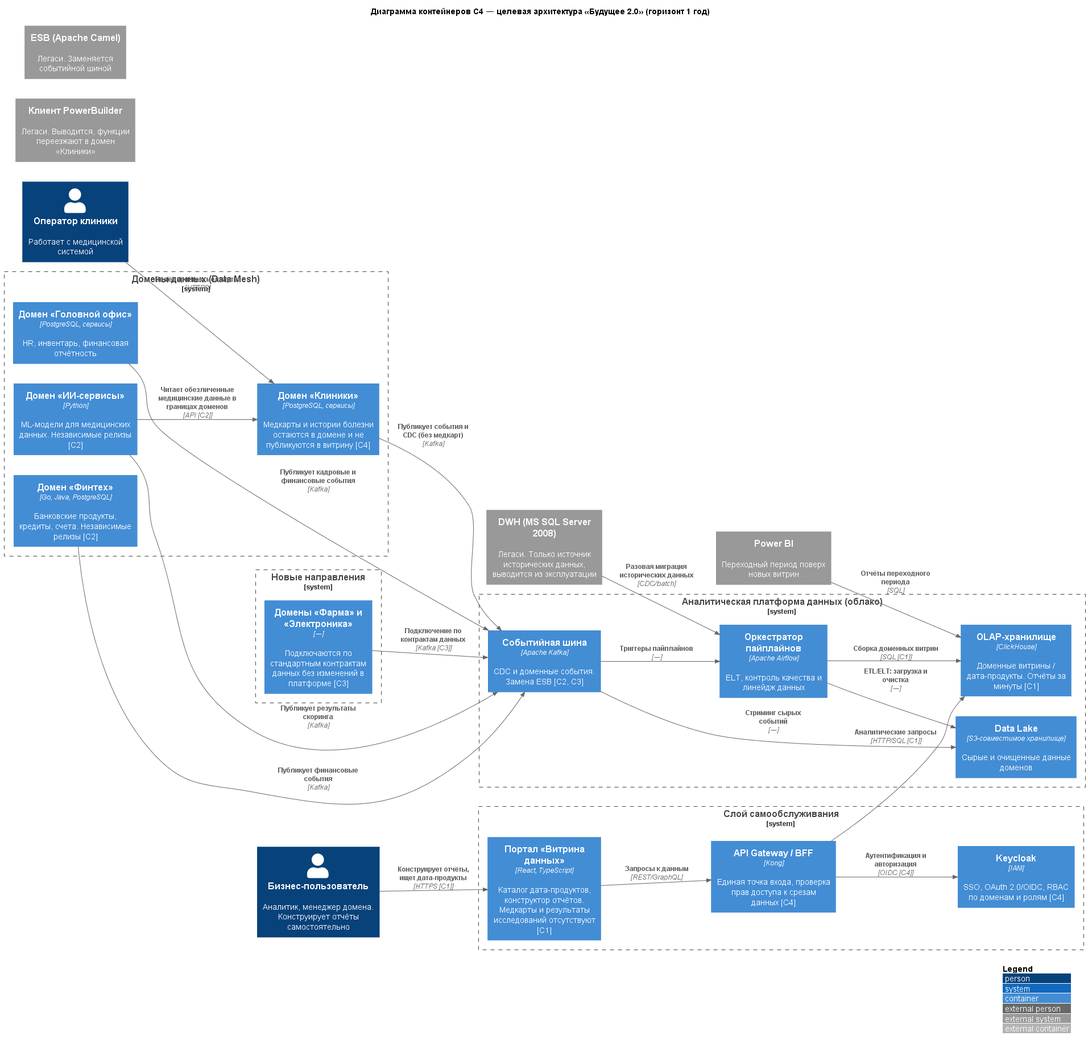
This is Task1/diagrams/c4-containers.png from Ruslan3001/architecture-future_2_0, a PlantUML export, as it was before one commit.
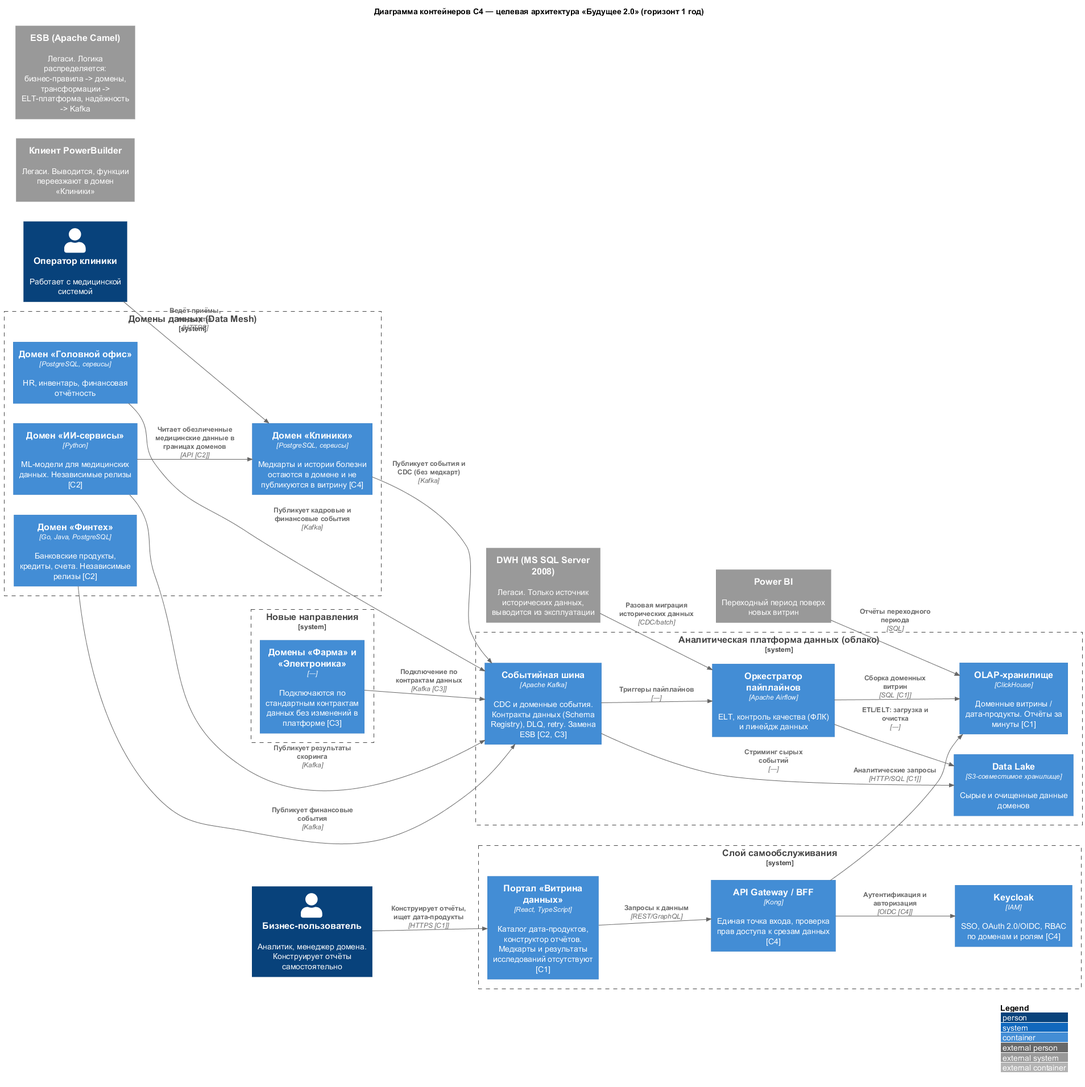
After the change.

Diff of the diagram source:
```diff
@@ -18,8 +18,8 @@
 System_Boundary(platform_b, "Аналитическая платформа данных (облако)") {
     Container(ch, "OLAP-хранилище", "ClickHouse", "Доменные витрины / дата-продукты. Отчёты за минуты [С1]")
     Container(lake, "Data Lake", "S3-совместимое хранилище", "Сырые и очищенные данные доменов")
-    Container(airflow, "Оркестратор пайплайнов", "Apache Airflow", "ELT, контроль качества и линейдж данных")
-    Container(kafka, "Событийная шина", "Apache Kafka", "CDC и доменные события. Замена ESB [С2, С3]")
+    Container(airflow, "Оркестратор пайплайнов", "Apache Airflow", "ELT, контроль качества (ФЛК) и линейдж данных")
+    Container(kafka, "Событийная шина", "Apache Kafka", "CDC и доменные события. Контракты данных (Schema Registry), DLQ, retry. Замена ESB [С2, С3]")
 }
 
 System_Boundary(domains_b, "Домены данных (Data Mesh)") {
@@ -35,7 +35,7 @@
 
 System_Ext(dwh, "DWH (MS SQL Server 2008)", "Легаси. Только источник исторических данных, выводится из эксплуатации")
 System_Ext(pb, "Клиент PowerBuilder", "Легаси. Выводится, функции переезжают в домен «Клиники»")
-System_Ext(esb, "ESB (Apache Camel)", "Легаси. Заменяется событийной шиной")
+System_Ext(esb, "ESB (Apache Camel)", "Легаси. Логика распределяется: бизнес-правила -> домены, трансформации -> ELT-платформа, надёжность -> Kafka")
 System_Ext(pbi, "Power BI", "Переходный период поверх новых витрин")
 
 Rel(user, portal, "Конструирует отчёты, ищет дата-продукты", "HTTPS [С1]")
```
